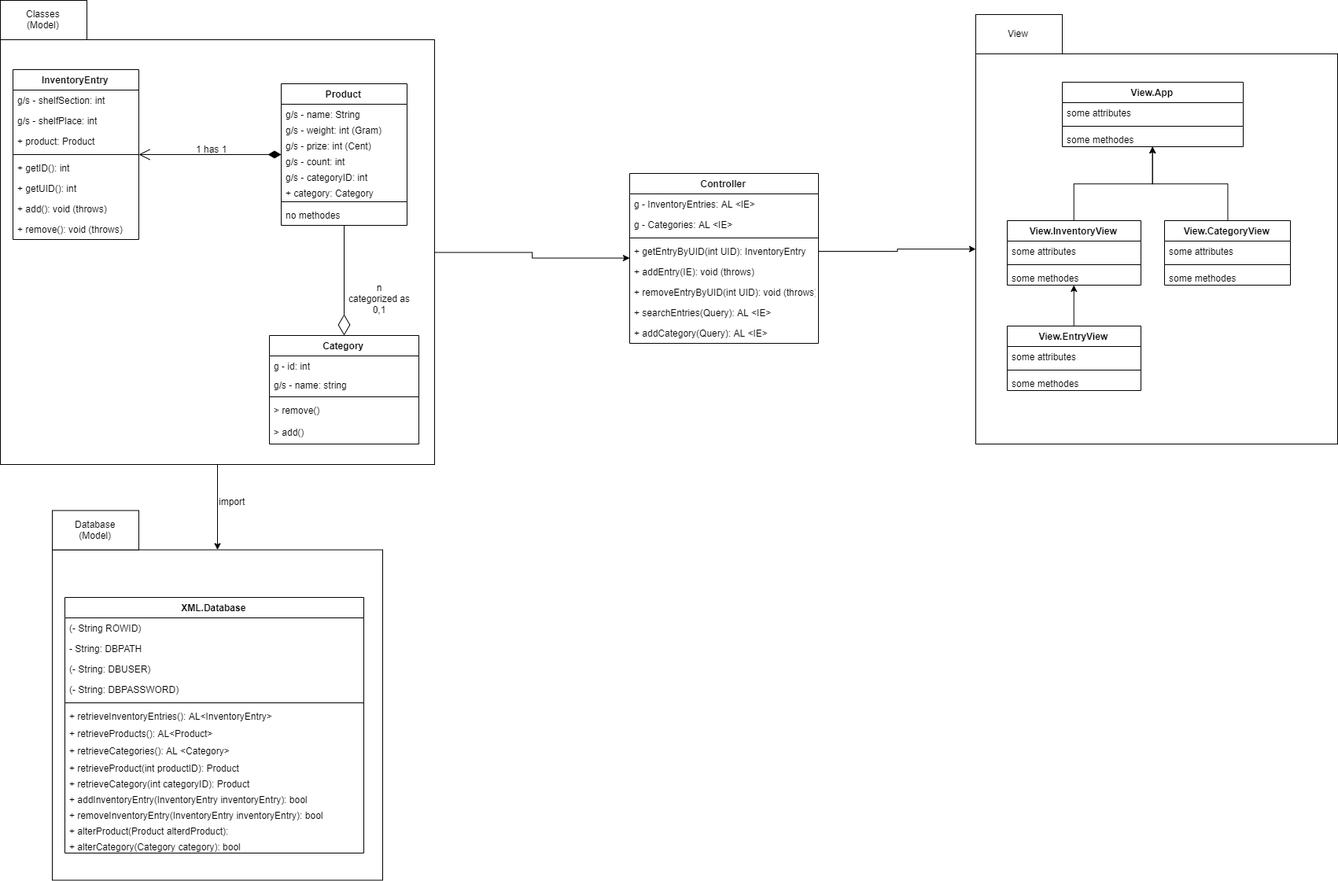
Before: dev/models/UML Klassendiagram.png, a diagram exported from draw.io (callidaria/pen-testing). Source tidied: cells renumbered, new cells last; positions are measured from the earlier drawing's top-left corner, leaving out a move shared by most shapes.
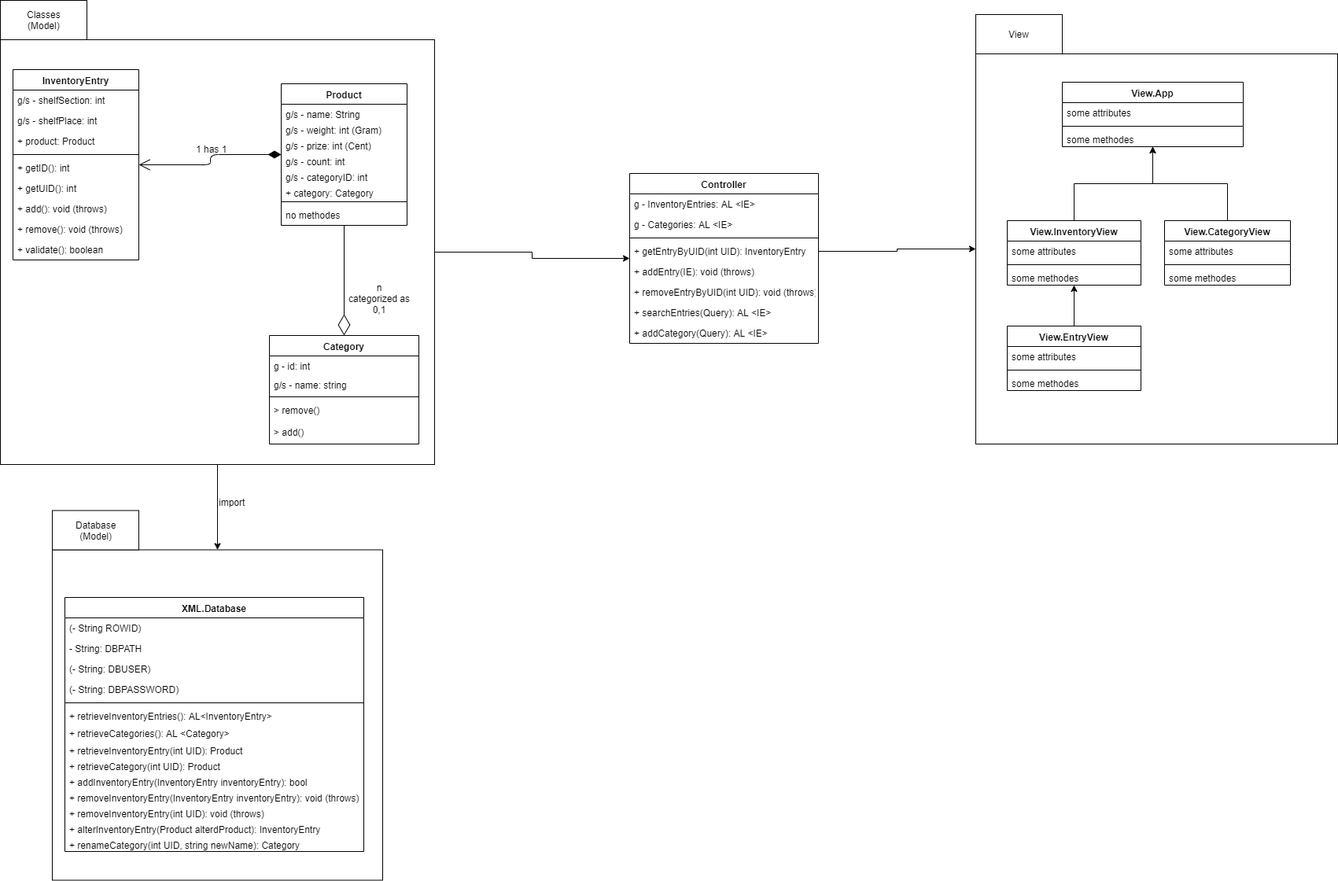
Later version of the same file.

Commit message:
retrieveProducts removed from MainDatabaseExample

Change to the diagram source:
```diff
@@ -63,7 +63,7 @@
       <mxGeometry x="437" y="356" width="90" height="40" as="geometry" />
     </mxCell>
     <mxCell id="22" value="XML.Database" style="swimlane;fontStyle=1;align=center;verticalAlign=top;horizontal=1;startSize=26;" parent="1" vertex="1">
-      <mxGeometry x="82" y="759" width="380" height="325" as="geometry" />
+      <mxGeometry x="82" y="759" width="380" height="323" as="geometry" />
     </mxCell>
     <mxCell id="23" value="(- String ROWID)&#10;&#9;&#10;&#9;String DBPATH = &quot;\\\\sqlite\\\\db.pen_testing.db&quot;;&#10;&#9;&#10;&#9;String DBUSER = &quot;root&quot;;&#10;&#9;&#10;&#9;String DBPASSWORD = &quot;password&quot;;" style="text;strokeColor=none;fillColor=none;align=left;verticalAlign=top;spacingLeft=4;spacingRight=4;overflow=hidden;" parent="22" vertex="1">
       <mxGeometry y="26" width="380" height="26" as="geometry" />
@@ -83,32 +83,32 @@
     <mxCell id="28" value="+ retrieveInventoryEntries(): AL&lt;InventoryEntry&gt;" style="text;strokeColor=none;fillColor=none;align=left;verticalAlign=top;spacingLeft=4;spacingRight=4;overflow=hidden;" parent="22" vertex="1">
       <mxGeometry y="138" width="380" height="22" as="geometry" />
     </mxCell>
-    <mxCell id="29" value="+ retrieveProducts(): AL&lt;Product&gt;" style="text;strokeColor=none;fillColor=none;align=left;verticalAlign=top;spacingLeft=4;spacingRight=4;overflow=hidden;" parent="22" vertex="1">
-      <mxGeometry y="160" width="380" height="22" as="geometry" />
-    </mxCell>
     <mxCell id="30" value="+ retrieveCategories(): AL &lt;Category&gt;" style="text;strokeColor=none;fillColor=none;align=left;verticalAlign=top;spacingLeft=4;spacingRight=4;overflow=hidden;" parent="22" vertex="1">
-      <mxGeometry y="182" width="380" height="22" as="geometry" />
+      <mxGeometry y="160" width="380" height="22" as="geometry" />
     </mxCell>
-    <mxCell id="31" value="+ retrieveProduct(int productID): Product" style="text;strokeColor=none;fillColor=none;align=left;verticalAlign=top;spacingLeft=4;spacingRight=4;overflow=hidden;" parent="22" vertex="1">
-      <mxGeometry y="204" width="380" height="20" as="geometry" />
+    <mxCell id="31" value="+ retrieveInventoryEntry(int UID): Product" style="text;strokeColor=none;fillColor=none;align=left;verticalAlign=top;spacingLeft=4;spacingRight=4;overflow=hidden;" parent="22" vertex="1">
+      <mxGeometry y="182" width="380" height="20" as="geometry" />
     </mxCell>
-    <mxCell id="32" value="+ retrieveCategory(int categoryID): Product" style="text;strokeColor=none;fillColor=none;align=left;verticalAlign=top;spacingLeft=4;spacingRight=4;overflow=hidden;" parent="22" vertex="1">
-      <mxGeometry y="224" width="380" height="20" as="geometry" />
+    <mxCell id="32" value="+ retrieveCategory(int UID): Product" style="text;strokeColor=none;fillColor=none;align=left;verticalAlign=top;spacingLeft=4;spacingRight=4;overflow=hidden;" parent="22" vertex="1">
+      <mxGeometry y="202" width="380" height="20" as="geometry" />
     </mxCell>
     <mxCell id="33" value="+ addInventoryEntry(InventoryEntry inventoryEntry): bool" style="text;strokeColor=none;fillColor=none;align=left;verticalAlign=top;spacingLeft=4;spacingRight=4;overflow=hidden;" parent="22" vertex="1">
-      <mxGeometry y="244" width="380" height="20" as="geometry" />
+      <mxGeometry y="222" width="380" height="20" as="geometry" />
     </mxCell>
-    <mxCell id="34" value="+ removeInventoryEntry(InventoryEntry inventoryEntry): bool" style="text;strokeColor=none;fillColor=none;align=left;verticalAlign=top;spacingLeft=4;spacingRight=4;overflow=hidden;" parent="22" vertex="1">
-      <mxGeometry y="264" width="380" height="20" as="geometry" />
+    <mxCell id="34" value="+ removeInventoryEntry(InventoryEntry inventoryEntry): void (throws)" style="text;strokeColor=none;fillColor=none;align=left;verticalAlign=top;spacingLeft=4;spacingRight=4;overflow=hidden;" parent="22" vertex="1">
+      <mxGeometry y="242" width="380" height="20" as="geometry" />
     </mxCell>
+    <mxCell id="83" value="+ removeInventoryEntry(int UID): void (throws)" style="text;strokeColor=none;fillColor=none;align=left;verticalAlign=top;spacingLeft=4;spacingRight=4;overflow=hidden;" parent="22" vertex="1">
+      <mxGeometry y="262" width="380" height="20" as="geometry" />
+    </mxCell>
-    <mxCell id="35" value="+ alterProduct(Product alterdProduct): " style="text;strokeColor=none;fillColor=none;align=left;verticalAlign=top;spacingLeft=4;spacingRight=4;overflow=hidden;" parent="22" vertex="1">
-      <mxGeometry y="284" width="380" height="20" as="geometry" />
+    <mxCell id="35" value="+ alterInventoryEntry(Product alterdProduct): InventoryEntry" style="text;strokeColor=none;fillColor=none;align=left;verticalAlign=top;spacingLeft=4;spacingRight=4;overflow=hidden;" parent="22" vertex="1">
+      <mxGeometry y="282" width="380" height="20" as="geometry" />
     </mxCell>
-    <mxCell id="36" value="+ alterCategory(Category category): bool" style="text;strokeColor=none;fillColor=none;align=left;verticalAlign=top;spacingLeft=4;spacingRight=4;overflow=hidden;" parent="22" vertex="1">
-      <mxGeometry y="304" width="380" height="21" as="geometry" />
+    <mxCell id="36" value="+ renameCategory(int UID, string newName): Category" style="text;strokeColor=none;fillColor=none;align=left;verticalAlign=top;spacingLeft=4;spacingRight=4;overflow=hidden;" parent="22" vertex="1">
+      <mxGeometry y="302" width="380" height="21" as="geometry" />
     </mxCell>
     <mxCell id="37" value="InventoryEntry" style="swimlane;fontStyle=1;align=center;verticalAlign=top;horizontal=1;startSize=26;" parent="1" vertex="1">
-      <mxGeometry x="16" y="88" width="160" height="216" as="geometry" />
+      <mxGeometry x="16" y="88" width="160" height="242" as="geometry" />
     </mxCell>
     <mxCell id="38" value="g/s - shelfSection: int" style="text;strokeColor=none;fillColor=none;align=left;verticalAlign=top;spacingLeft=4;spacingRight=4;overflow=hidden;" parent="37" vertex="1">
       <mxGeometry y="26" width="160" height="26" as="geometry" />
@@ -134,6 +134,9 @@
     <mxCell id="45" value="+ remove(): void (throws)" style="text;strokeColor=none;fillColor=none;align=left;verticalAlign=top;spacingLeft=4;spacingRight=4;overflow=hidden;" parent="37" vertex="1">
       <mxGeometry y="190" width="160" height="26" as="geometry" />
     </mxCell>
+    <mxCell id="84" value="+ validate(): boolean" style="text;strokeColor=none;fillColor=none;align=left;verticalAlign=top;spacingLeft=4;spacingRight=4;overflow=hidden;" parent="37" vertex="1">
+      <mxGeometry y="216" width="160" height="26" as="geometry" />
+    </mxCell>
     <mxCell id="46" style="endArrow=open;html=1;endSize=12;startArrow=diamondThin;startSize=14;startFill=1;edgeStyle=orthogonalEdgeStyle;align=left;verticalAlign=bottom;" parent="1" edge="1" source="6" target="37">
       <mxGeometry y="-124" relative="1" as="geometry">
         <mxPoint x="17" y="2" as="offset" />
```
